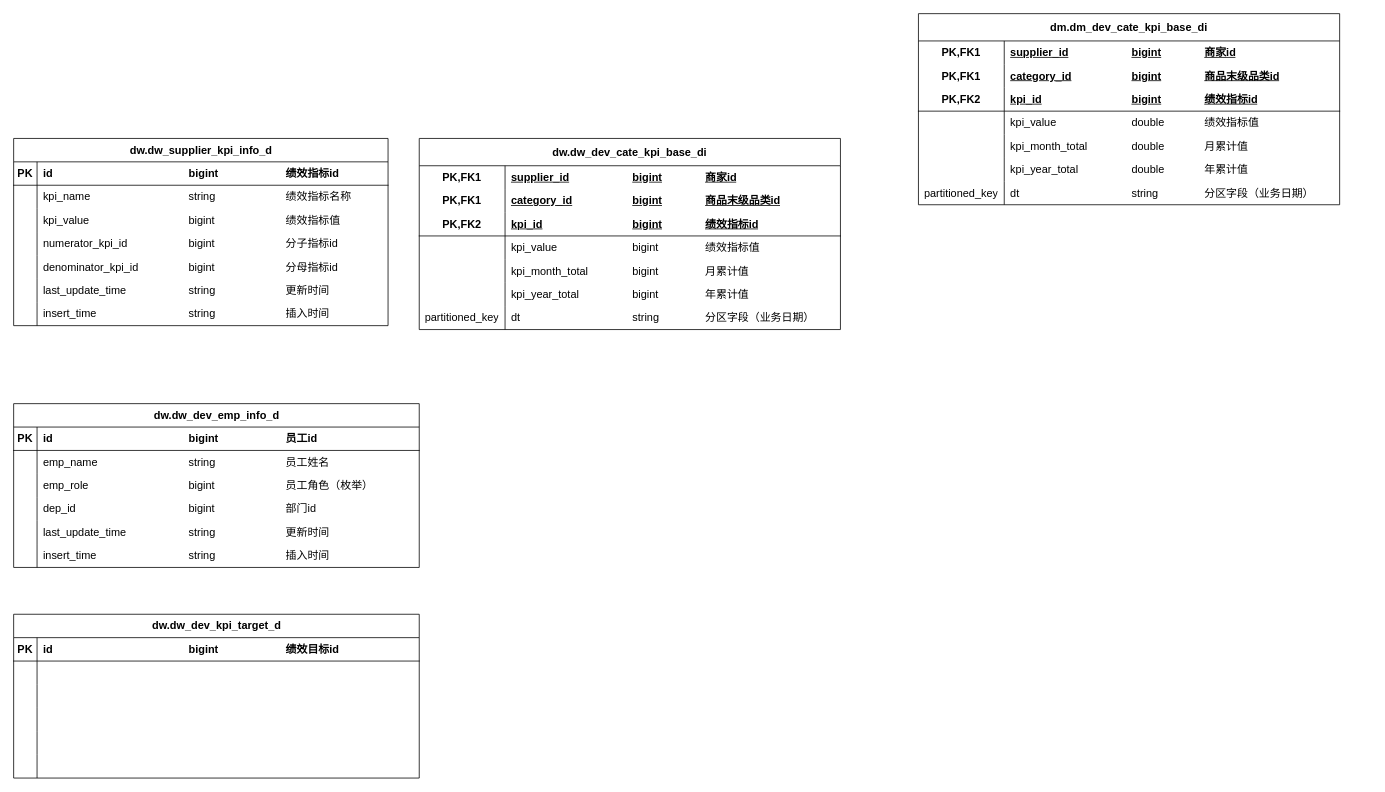
Above: 小二工作台首页.drawio in wangzijia122/drawio_repository (draw.io), before the change. Source tidied: cells renumbered, new cells numbered last; positions are measured from the earlier drawing's top-left corner, leaving out a move shared by most shapes. Both pictures are drawn from the tidied source at 78%, with x=0, y=0 at pixel (13, 13).
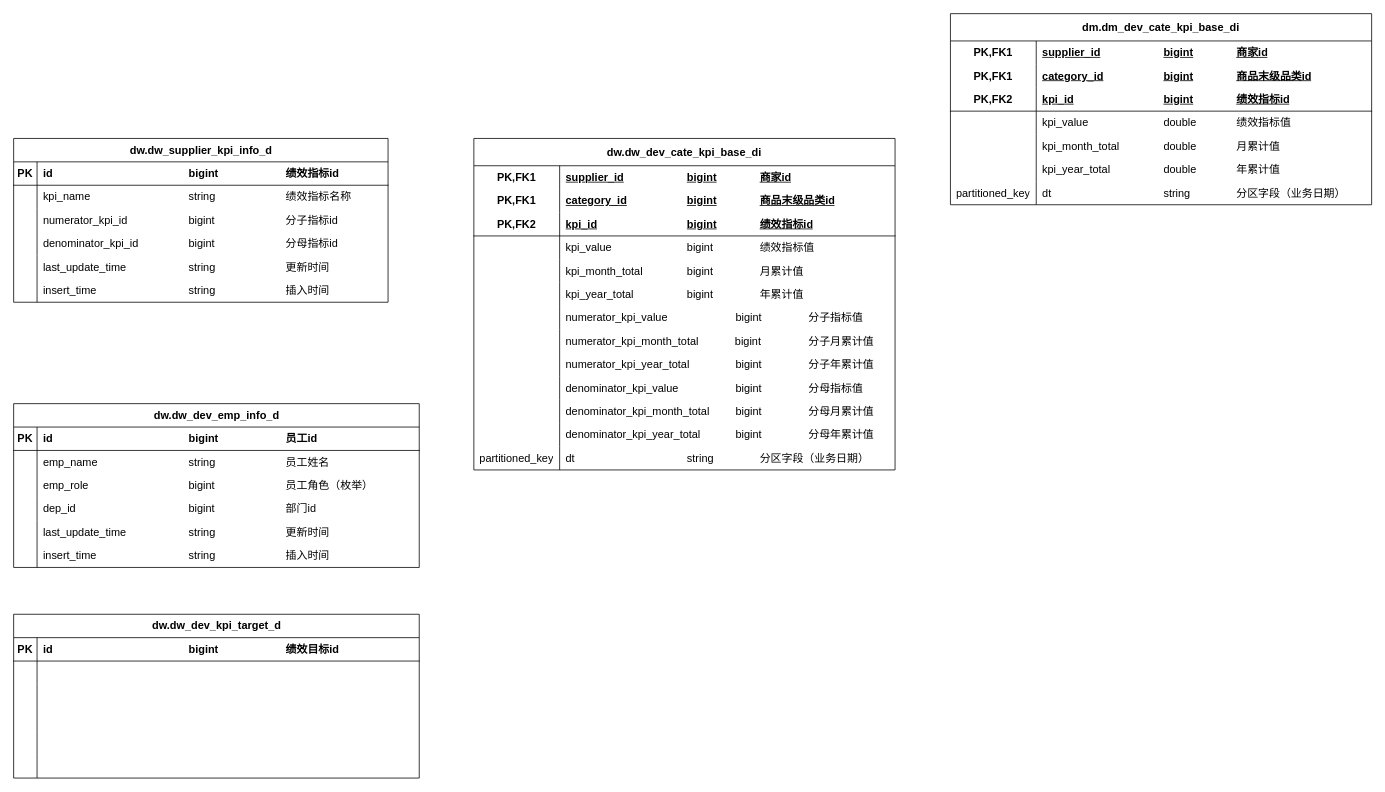
The same page after the edit.

Commit message (it also covers changes not shown here):
更新小二工作台首页.drawio

Change to the diagram source:
```diff
@@
     <mxCell id="2" value="dw.dw_supplier_kpi_info_d" style="shape=table;startSize=30;childLayout=tableLayout;rowLines=0;fontStyle=1;align=center;html=1;fontSize=14;" parent="1" vertex="1">
-      <mxGeometry y="160" width="480" height="240" as="geometry" />
+      <mxGeometry y="160" width="480" height="210" as="geometry" />
     </mxCell>
@@
-    <mxCell id="9" style="shape=tableRow;horizontal=0;startSize=0;swimlaneHead=0;swimlaneBody=0;fillColor=none;top=0;left=0;right=0;bottom=0;fontSize=14;" parent="2" vertex="1">
-      <mxGeometry y="90" width="480" height="30" as="geometry" />
-    </mxCell>
-    <mxCell id="10" style="shape=partialRectangle;fillColor=none;top=0;left=0;bottom=0;right=0;overflow=hidden;whiteSpace=wrap;html=1;fontSize=14;" parent="9" vertex="1">
-      <mxGeometry width="30" height="30" as="geometry" />
-    </mxCell>
-    <mxCell id="11" value="kpi_value&lt;span style=&quot;white-space: pre; font-size: 14px;&quot;&gt;&#9;&lt;/span&gt;&lt;span style=&quot;white-space: pre; font-size: 14px;&quot;&gt;&#9;&lt;/span&gt;&lt;span style=&quot;white-space: pre; font-size: 14px;&quot;&gt;&#9;&lt;/span&gt;&lt;span style=&quot;white-space: pre; font-size: 14px;&quot;&gt;&#9;&lt;/span&gt;&lt;span style=&quot;white-space: pre; font-size: 14px;&quot;&gt;&#9;&lt;/span&gt;bigint&lt;span style=&quot;white-space: pre; font-size: 14px;&quot;&gt;&#9;&lt;/span&gt;&lt;span style=&quot;white-space: pre; font-size: 14px;&quot;&gt;&#9;&lt;/span&gt;&lt;span style=&quot;white-space: pre; font-size: 14px;&quot;&gt;&#9;&lt;/span&gt;绩效指标值" style="shape=partialRectangle;fillColor=none;top=0;left=0;bottom=0;right=0;align=left;spacingLeft=6;overflow=hidden;whiteSpace=wrap;html=1;fontSize=14;" parent="9" vertex="1">
-      <mxGeometry x="30" width="450" height="30" as="geometry" />
-    </mxCell>
     <mxCell id="12" style="shape=tableRow;horizontal=0;startSize=0;swimlaneHead=0;swimlaneBody=0;fillColor=none;top=0;left=0;right=0;bottom=0;fontSize=14;" parent="2" vertex="1">
-      <mxGeometry y="120" width="480" height="30" as="geometry" />
+      <mxGeometry y="90" width="480" height="30" as="geometry" />
     </mxCell>
@@
     <mxCell id="15" style="shape=tableRow;horizontal=0;startSize=0;swimlaneHead=0;swimlaneBody=0;fillColor=none;top=0;left=0;right=0;bottom=0;fontSize=14;" parent="2" vertex="1">
-      <mxGeometry y="150" width="480" height="30" as="geometry" />
+      <mxGeometry y="120" width="480" height="30" as="geometry" />
     </mxCell>
@@
     <mxCell id="18" style="shape=tableRow;horizontal=0;startSize=0;swimlaneHead=0;swimlaneBody=0;fillColor=none;top=0;left=0;right=0;bottom=0;fontSize=14;" parent="2" vertex="1">
-      <mxGeometry y="180" width="480" height="30" as="geometry" />
+      <mxGeometry y="150" width="480" height="30" as="geometry" />
     </mxCell>
@@
     <mxCell id="21" style="shape=tableRow;horizontal=0;startSize=0;swimlaneHead=0;swimlaneBody=0;fillColor=none;top=0;left=0;right=0;bottom=0;fontSize=14;" parent="2" vertex="1">
-      <mxGeometry y="210" width="480" height="30" as="geometry" />
+      <mxGeometry y="180" width="480" height="30" as="geometry" />
     </mxCell>
@@
     <mxCell id="62" value="dw.dw_dev_cate_kpi_base_di" style="shape=table;startSize=35;childLayout=tableLayout;rowLines=0;fontStyle=1;align=center;html=1;whiteSpace=wrap;fontSize=14;" parent="1" vertex="1">
-      <mxGeometry x="520" y="160" width="540" height="245" as="geometry" />
+      <mxGeometry x="590" y="160" width="540" height="425" as="geometry" />
     </mxCell>
@@
+    <mxCell id="106" style="shape=tableRow;horizontal=0;startSize=0;swimlaneHead=0;swimlaneBody=0;fillColor=none;top=0;left=0;right=0;bottom=0;html=1;fontSize=14;" parent="62" vertex="1">
+      <mxGeometry y="185" width="540" height="30" as="geometry" />
+    </mxCell>
+    <mxCell id="107" style="shape=partialRectangle;fillColor=none;top=0;left=0;bottom=0;right=0;overflow=hidden;html=1;whiteSpace=wrap;fontSize=14;" parent="106" vertex="1">
+      <mxGeometry width="110" height="30" as="geometry" />
+    </mxCell>
+    <mxCell id="108" value="kpi_year_total&lt;span style=&quot;white-space: pre;&quot;&gt;&#9;&lt;/span&gt;&lt;span style=&quot;white-space: pre;&quot;&gt;&#9;&lt;span style=&quot;white-space: pre;&quot;&gt;&#9;&lt;/span&gt;&lt;/span&gt;bigint&lt;span style=&quot;white-space: pre;&quot;&gt;&#9;&lt;/span&gt;&lt;span style=&quot;white-space: pre;&quot;&gt;&#9;&lt;/span&gt;年累计值" style="shape=partialRectangle;fillColor=none;top=0;left=0;bottom=0;right=0;align=left;spacingLeft=6;overflow=hidden;html=1;whiteSpace=wrap;fontSize=14;" parent="106" vertex="1">
+      <mxGeometry x="110" width="430" height="30" as="geometry" />
+    </mxCell>
     <mxCell id="78" style="shape=tableRow;horizontal=0;startSize=0;swimlaneHead=0;swimlaneBody=0;fillColor=none;top=0;left=0;right=0;bottom=0;html=1;fontSize=14;" parent="62" vertex="1">
-      <mxGeometry y="185" width="540" height="30" as="geometry" />
+      <mxGeometry y="215" width="540" height="30" as="geometry" />
     </mxCell>
@@
-    <mxCell id="80" value="kpi_year_total&lt;span style=&quot;white-space: pre;&quot;&gt;&#9;&lt;/span&gt;&lt;span style=&quot;white-space: pre;&quot;&gt;&#9;&lt;span style=&quot;white-space: pre;&quot;&gt;&#9;&lt;/span&gt;&lt;/span&gt;bigint&lt;span style=&quot;white-space: pre;&quot;&gt;&#9;&lt;/span&gt;&lt;span style=&quot;white-space: pre;&quot;&gt;&#9;&lt;/span&gt;年累计值" style="shape=partialRectangle;fillColor=none;top=0;left=0;bottom=0;right=0;align=left;spacingLeft=6;overflow=hidden;html=1;whiteSpace=wrap;fontSize=14;" parent="78" vertex="1">
+    <mxCell id="80" value="numerator_kpi_value&lt;span style=&quot;&quot;&gt;&lt;span style=&quot;white-space: pre;&quot;&gt;&amp;nbsp;&amp;nbsp;&amp;nbsp;&lt;/span&gt;&lt;/span&gt;&lt;span style=&quot;&quot;&gt;&lt;span style=&quot;white-space: pre;&quot;&gt;&amp;nbsp;&amp;nbsp;&amp;nbsp;&amp;nbsp;&lt;/span&gt;&lt;span style=&quot;&quot;&gt;&lt;span style=&quot;white-space: pre;&quot;&gt;&amp;nbsp;&amp;nbsp;&amp;nbsp;&amp;nbsp;&lt;span style=&quot;white-space: pre;&quot;&gt;&#9;&lt;/span&gt;&lt;span style=&quot;white-space: pre;&quot;&gt;&#9;&lt;/span&gt;&lt;/span&gt;&lt;/span&gt;&lt;/span&gt;bigint&lt;span style=&quot;&quot;&gt;&lt;span style=&quot;white-space: pre;&quot;&gt;&amp;nbsp;&amp;nbsp;&amp;nbsp;&amp;nbsp;&lt;/span&gt;&lt;/span&gt;&lt;span style=&quot;&quot;&gt;&lt;span style=&quot;white-space: pre;&quot;&gt;&amp;nbsp;&amp;nbsp;&amp;nbsp;&amp;nbsp;&lt;span style=&quot;white-space: pre;&quot;&gt;&#9;&lt;/span&gt;分子指标值&lt;/span&gt;&lt;/span&gt;" style="shape=partialRectangle;fillColor=none;top=0;left=0;bottom=0;right=0;align=left;spacingLeft=6;overflow=hidden;html=1;whiteSpace=wrap;fontSize=14;" parent="78" vertex="1">
       <mxGeometry x="110" width="430" height="30" as="geometry" />
     </mxCell>
+    <mxCell id="109" style="shape=tableRow;horizontal=0;startSize=0;swimlaneHead=0;swimlaneBody=0;fillColor=none;top=0;left=0;right=0;bottom=0;html=1;fontSize=14;" parent="62" vertex="1">
+      <mxGeometry y="245" width="540" height="30" as="geometry" />
+    </mxCell>
+    <mxCell id="110" style="shape=partialRectangle;fillColor=none;top=0;left=0;bottom=0;right=0;overflow=hidden;html=1;whiteSpace=wrap;fontSize=14;" parent="109" vertex="1">
+      <mxGeometry width="110" height="30" as="geometry" />
+    </mxCell>
+    <mxCell id="111" value="numerator_kpi_month_total&lt;span style=&quot;&quot;&gt;&lt;span style=&quot;white-space: pre;&quot;&gt;&amp;nbsp;&amp;nbsp;&amp;nbsp;&lt;/span&gt;&lt;/span&gt;&lt;span style=&quot;&quot;&gt;&lt;span style=&quot;white-space: pre;&quot;&gt;&amp;nbsp;&amp;nbsp;&amp;nbsp;&amp;nbsp;&lt;/span&gt;&lt;span style=&quot;&quot;&gt;&lt;span style=&quot;white-space: pre;&quot;&gt;&amp;nbsp;&amp;nbsp;&amp;nbsp;&amp;nbsp; &lt;/span&gt;&lt;/span&gt;&lt;/span&gt;bigint&lt;span style=&quot;&quot;&gt;&lt;span style=&quot;white-space: pre;&quot;&gt;&amp;nbsp;&amp;nbsp;&amp;nbsp;&amp;nbsp;&lt;/span&gt;&lt;/span&gt;&lt;span style=&quot;&quot;&gt;&lt;span style=&quot;white-space: pre;&quot;&gt;&amp;nbsp;&amp;nbsp;&amp;nbsp;&amp;nbsp;&lt;span style=&quot;white-space: pre;&quot;&gt;&#9;&lt;/span&gt;分子月累计值&lt;/span&gt;&lt;/span&gt;" style="shape=partialRectangle;fillColor=none;top=0;left=0;bottom=0;right=0;align=left;spacingLeft=6;overflow=hidden;html=1;whiteSpace=wrap;fontSize=14;" parent="109" vertex="1">
+      <mxGeometry x="110" width="430" height="30" as="geometry" />
+    </mxCell>
+    <mxCell id="112" style="shape=tableRow;horizontal=0;startSize=0;swimlaneHead=0;swimlaneBody=0;fillColor=none;top=0;left=0;right=0;bottom=0;html=1;fontSize=14;" parent="62" vertex="1">
+      <mxGeometry y="275" width="540" height="30" as="geometry" />
+    </mxCell>
+    <mxCell id="113" style="shape=partialRectangle;fillColor=none;top=0;left=0;bottom=0;right=0;overflow=hidden;html=1;whiteSpace=wrap;fontSize=14;" parent="112" vertex="1">
+      <mxGeometry width="110" height="30" as="geometry" />
+    </mxCell>
+    <mxCell id="114" value="numerator_kpi_year_total&lt;span style=&quot;&quot;&gt;&lt;span style=&quot;white-space: pre;&quot;&gt;&amp;nbsp;&amp;nbsp;&amp;nbsp;&lt;/span&gt;&lt;/span&gt;&lt;span style=&quot;&quot;&gt;&lt;span style=&quot;white-space: pre;&quot;&gt;&amp;nbsp;&amp;nbsp;&amp;nbsp;&amp;nbsp;&lt;/span&gt;&lt;span style=&quot;&quot;&gt;&lt;span style=&quot;white-space: pre;&quot;&gt;&amp;nbsp;&amp;nbsp;&amp;nbsp;&amp;nbsp; &lt;span style=&quot;white-space: pre;&quot;&gt;&#9;&lt;/span&gt;&lt;/span&gt;&lt;/span&gt;&lt;/span&gt;bigint&lt;span style=&quot;&quot;&gt;&lt;span style=&quot;white-space: pre;&quot;&gt;&amp;nbsp;&amp;nbsp;&amp;nbsp;&amp;nbsp;&lt;/span&gt;&lt;/span&gt;&lt;span style=&quot;&quot;&gt;&lt;span style=&quot;white-space: pre;&quot;&gt;&amp;nbsp;&amp;nbsp;&amp;nbsp;&amp;nbsp;&lt;span style=&quot;white-space: pre;&quot;&gt;&#9;&lt;/span&gt;分子年累计值&lt;/span&gt;&lt;/span&gt;" style="shape=partialRectangle;fillColor=none;top=0;left=0;bottom=0;right=0;align=left;spacingLeft=6;overflow=hidden;html=1;whiteSpace=wrap;fontSize=14;" parent="112" vertex="1">
+      <mxGeometry x="110" width="430" height="30" as="geometry" />
+    </mxCell>
+    <mxCell id="115" style="shape=tableRow;horizontal=0;startSize=0;swimlaneHead=0;swimlaneBody=0;fillColor=none;top=0;left=0;right=0;bottom=0;html=1;fontSize=14;" parent="62" vertex="1">
+      <mxGeometry y="305" width="540" height="30" as="geometry" />
+    </mxCell>
+    <mxCell id="116" style="shape=partialRectangle;fillColor=none;top=0;left=0;bottom=0;right=0;overflow=hidden;html=1;whiteSpace=wrap;fontSize=14;" parent="115" vertex="1">
+      <mxGeometry width="110" height="30" as="geometry" />
+    </mxCell>
+    <mxCell id="117" value="denominator_kpi_value&lt;span style=&quot;&quot;&gt;&lt;span style=&quot;white-space: pre;&quot;&gt;&amp;nbsp;&amp;nbsp;&amp;nbsp;&lt;/span&gt;&lt;/span&gt;&lt;span style=&quot;&quot;&gt;&lt;span style=&quot;white-space: pre;&quot;&gt;&amp;nbsp;&amp;nbsp;&amp;nbsp;&amp;nbsp;&lt;/span&gt;&lt;span style=&quot;&quot;&gt;&lt;span style=&quot;white-space: pre;&quot;&gt;&amp;nbsp;&lt;span style=&quot;white-space: pre;&quot;&gt;&#9;&lt;/span&gt;&lt;span style=&quot;white-space: pre;&quot;&gt;&#9;&lt;/span&gt;&lt;/span&gt;&lt;/span&gt;&lt;/span&gt;bigint&lt;span style=&quot;&quot;&gt;&lt;span style=&quot;white-space: pre;&quot;&gt;&amp;nbsp;&amp;nbsp;&amp;nbsp;&amp;nbsp;&lt;/span&gt;&lt;/span&gt;&lt;span style=&quot;&quot;&gt;&lt;span style=&quot;white-space: pre;&quot;&gt;&amp;nbsp;&amp;nbsp;&amp;nbsp;&amp;nbsp;&lt;span style=&quot;white-space: pre;&quot;&gt;&#9;&lt;/span&gt;分母指标值&lt;/span&gt;&lt;/span&gt;" style="shape=partialRectangle;fillColor=none;top=0;left=0;bottom=0;right=0;align=left;spacingLeft=6;overflow=hidden;html=1;whiteSpace=wrap;fontSize=14;" parent="115" vertex="1">
+      <mxGeometry x="110" width="430" height="30" as="geometry" />
+    </mxCell>
+    <mxCell id="118" style="shape=tableRow;horizontal=0;startSize=0;swimlaneHead=0;swimlaneBody=0;fillColor=none;top=0;left=0;right=0;bottom=0;html=1;fontSize=14;" parent="62" vertex="1">
+      <mxGeometry y="335" width="540" height="30" as="geometry" />
+    </mxCell>
+    <mxCell id="119" style="shape=partialRectangle;fillColor=none;top=0;left=0;bottom=0;right=0;overflow=hidden;html=1;whiteSpace=wrap;fontSize=14;" parent="118" vertex="1">
+      <mxGeometry width="110" height="30" as="geometry" />
+    </mxCell>
+    <mxCell id="120" value="denominator_kpi_month_total&lt;span style=&quot;&quot;&gt;&lt;span style=&quot;white-space: pre;&quot;&gt;&amp;nbsp;&amp;nbsp;&amp;nbsp;&lt;/span&gt;&lt;/span&gt;&lt;span style=&quot;&quot;&gt;&lt;span style=&quot;white-space: pre;&quot;&gt;&amp;nbsp;&amp;nbsp;&amp;nbsp;&amp;nbsp;&lt;/span&gt;&lt;span style=&quot;&quot;&gt;&lt;span style=&quot;white-space: pre;&quot;&gt;&amp;nbsp;&lt;span style=&quot;white-space: pre;&quot;&gt;&#9;&lt;/span&gt;&lt;/span&gt;&lt;/span&gt;&lt;/span&gt;bigint&lt;span style=&quot;&quot;&gt;&lt;span style=&quot;white-space: pre;&quot;&gt;&amp;nbsp;&amp;nbsp;&amp;nbsp;&amp;nbsp;&lt;/span&gt;&lt;/span&gt;&lt;span style=&quot;&quot;&gt;&lt;span style=&quot;white-space: pre;&quot;&gt;&amp;nbsp;&amp;nbsp;&amp;nbsp;&amp;nbsp;&lt;span style=&quot;white-space: pre;&quot;&gt;&#9;&lt;/span&gt;分母月累计值&lt;/span&gt;&lt;/span&gt;" style="shape=partialRectangle;fillColor=none;top=0;left=0;bottom=0;right=0;align=left;spacingLeft=6;overflow=hidden;html=1;whiteSpace=wrap;fontSize=14;" parent="118" vertex="1">
+      <mxGeometry x="110" width="430" height="30" as="geometry" />
+    </mxCell>
+    <mxCell id="121" style="shape=tableRow;horizontal=0;startSize=0;swimlaneHead=0;swimlaneBody=0;fillColor=none;top=0;left=0;right=0;bottom=0;html=1;fontSize=14;" parent="62" vertex="1">
+      <mxGeometry y="365" width="540" height="30" as="geometry" />
+    </mxCell>
+    <mxCell id="122" style="shape=partialRectangle;fillColor=none;top=0;left=0;bottom=0;right=0;overflow=hidden;html=1;whiteSpace=wrap;fontSize=14;" parent="121" vertex="1">
+      <mxGeometry width="110" height="30" as="geometry" />
+    </mxCell>
+    <mxCell id="123" value="denominator_kpi_year_total&lt;span style=&quot;&quot;&gt;&lt;span style=&quot;white-space: pre;&quot;&gt;&amp;nbsp;&amp;nbsp;&lt;/span&gt;&lt;/span&gt;&lt;span style=&quot;&quot;&gt;&lt;span style=&quot;white-space: pre;&quot;&gt;&amp;nbsp;&amp;nbsp;&amp;nbsp;&amp;nbsp;&lt;/span&gt;&lt;span style=&quot;&quot;&gt;&lt;span style=&quot;white-space: pre;&quot;&gt;&amp;nbsp;&lt;span style=&quot;white-space: pre;&quot;&gt;&#9;&lt;/span&gt;&lt;/span&gt;&lt;/span&gt;&lt;/span&gt;bigint&lt;span style=&quot;&quot;&gt;&lt;span style=&quot;white-space: pre;&quot;&gt;&amp;nbsp;&amp;nbsp;&amp;nbsp;&amp;nbsp;&lt;/span&gt;&lt;/span&gt;&lt;span style=&quot;&quot;&gt;&lt;span style=&quot;white-space: pre;&quot;&gt;&amp;nbsp;&amp;nbsp;&amp;nbsp;&amp;nbsp;&lt;span style=&quot;white-space: pre;&quot;&gt;&#9;&lt;/span&gt;分母年累计值&lt;/span&gt;&lt;/span&gt;" style="shape=partialRectangle;fillColor=none;top=0;left=0;bottom=0;right=0;align=left;spacingLeft=6;overflow=hidden;html=1;whiteSpace=wrap;fontSize=14;" parent="121" vertex="1">
+      <mxGeometry x="110" width="430" height="30" as="geometry" />
+    </mxCell>
     <mxCell id="81" style="shape=tableRow;horizontal=0;startSize=0;swimlaneHead=0;swimlaneBody=0;fillColor=none;top=0;left=0;right=0;bottom=0;html=1;fontSize=14;" parent="62" vertex="1">
-      <mxGeometry y="215" width="540" height="30" as="geometry" />
+      <mxGeometry y="395" width="540" height="30" as="geometry" />
     </mxCell>
@@
     <mxCell id="84" value="dm.dm_dev_cate_kpi_base_di" style="shape=table;startSize=35;childLayout=tableLayout;rowLines=0;fontStyle=1;align=center;html=1;whiteSpace=wrap;fontSize=14;" parent="1" vertex="1">
-      <mxGeometry x="1160" width="540" height="245" as="geometry" />
+      <mxGeometry x="1201" width="540" height="245" as="geometry" />
     </mxCell>
```
